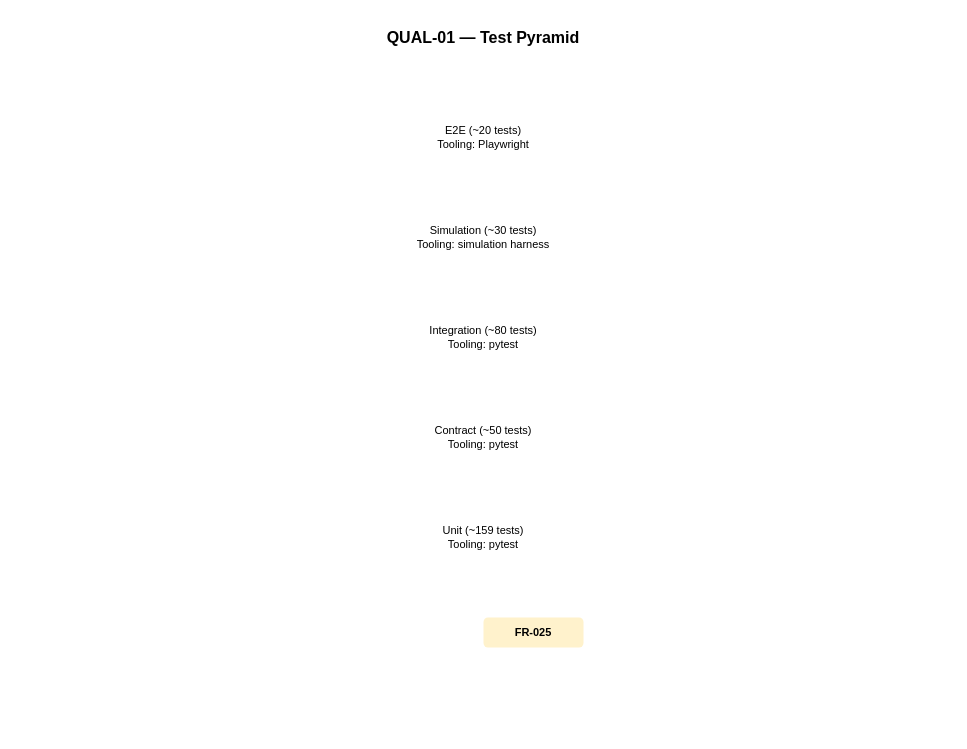
Above: docs/architecture/quality/test-pyramid.drawio in johnbilliris/ama (draw.io), before the change. Source tidied: cells renumbered, new cells numbered last; positions are measured from the earlier drawing's top-left corner, leaving out a move shared by most shapes. Both pictures are drawn from the tidied source at 100%, with x=0, y=0 at pixel (33, 17).
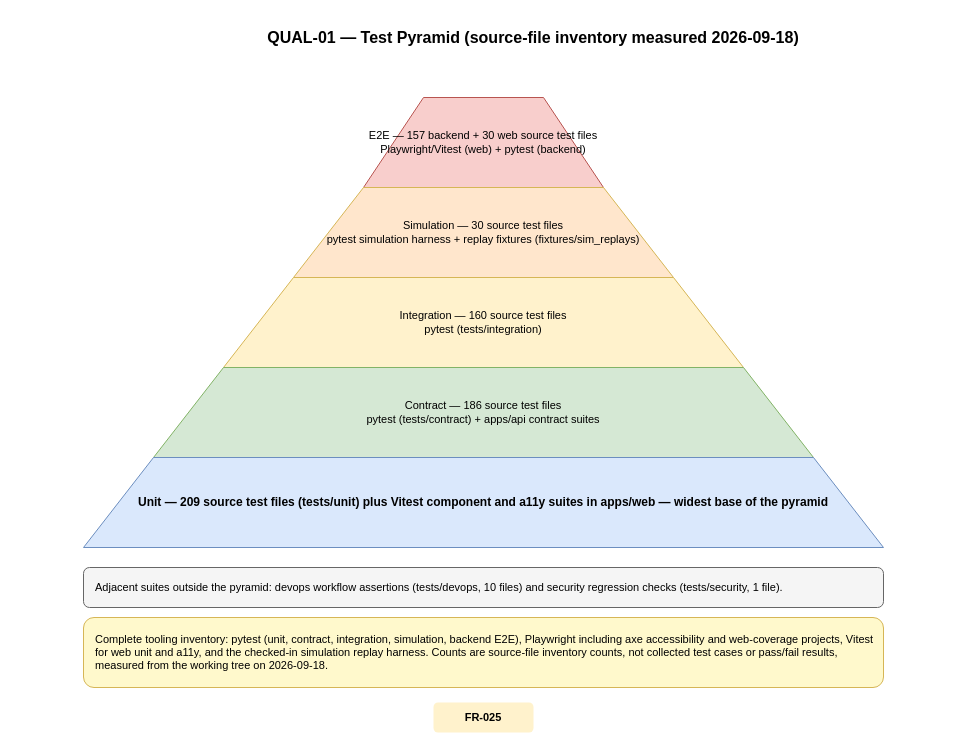
The same page after the edit.

Diff of the diagram source:
```diff
@@
 <mxGraphModel>
   <root>
     <mxCell id="0" />
     <mxCell id="1" parent="0" />
-    <mxCell id="2" value="QUAL-01 — Test Pyramid" style="text;html=1;strokeColor=none;fillColor=none;align=center;verticalAlign=middle;whiteSpace=wrap;rounded=0;fontSize=16;fontStyle=1;" parent="1" vertex="1">
-      <mxGeometry x="150" width="600" height="40" as="geometry" />
+    <mxCell id="2" value="QUAL-01 — Test Pyramid (source-file inventory measured 2026-09-18)" style="text;html=1;strokeColor=none;fillColor=none;align=center;verticalAlign=middle;whiteSpace=wrap;rounded=0;fontSize=16;fontStyle=1;" parent="1" vertex="1">
+      <mxGeometry x="150" width="700" height="40" as="geometry" />
     </mxCell>
-    <mxCell id="3" value="E2E (~20 tests)&#10;Tooling: Playwright" style="shape=mxgraph.lean_mapping.electronic_info_flow_edge;whiteSpace=wrap;html=1;fillColor=#f8cecc;strokeColor=#b85450;fontSize=11;" parent="1" vertex="1">
-      <mxGeometry x="350" y="80" width="200" height="80" as="geometry" />
+    <mxCell id="3" value="E2E — 157 backend + 30 web source test files&#10;Playwright/Vitest (web) + pytest (backend)" style="shape=trapezoid;perimeter=trapezoidPerimeter;whiteSpace=wrap;html=1;fixedSize=1;size=60;fillColor=#f8cecc;strokeColor=#b85450;fontSize=11;verticalAlign=middle;" parent="1" vertex="1">
+      <mxGeometry x="330" y="80" width="240" height="90" as="geometry" />
     </mxCell>
-    <mxCell id="4" value="Simulation (~30 tests)&#10;Tooling: simulation harness" style="shape=mxgraph.lean_mapping.electronic_info_flow_edge;whiteSpace=wrap;html=1;fillColor=#ffe6cc;strokeColor=#d6b656;fontSize=11;" parent="1" vertex="1">
-      <mxGeometry x="270" y="180" width="360" height="80" as="geometry" />
+    <mxCell id="4" value="Simulation — 30 source test files&#10;pytest simulation harness + replay fixtures (fixtures/sim_replays)" style="shape=trapezoid;perimeter=trapezoidPerimeter;whiteSpace=wrap;html=1;fixedSize=1;size=70;fillColor=#ffe6cc;strokeColor=#d6b656;fontSize=11;verticalAlign=middle;" parent="1" vertex="1">
+      <mxGeometry x="260" y="170" width="380" height="90" as="geometry" />
     </mxCell>
-    <mxCell id="5" value="Integration (~80 tests)&#10;Tooling: pytest" style="shape=mxgraph.lean_mapping.electronic_info_flow_edge;whiteSpace=wrap;html=1;fillColor=#fff2cc;strokeColor=#d6b656;fontSize=11;" parent="1" vertex="1">
-      <mxGeometry x="180" y="280" width="540" height="80" as="geometry" />
+    <mxCell id="5" value="Integration — 160 source test files&#10;pytest (tests/integration)" style="shape=trapezoid;perimeter=trapezoidPerimeter;whiteSpace=wrap;html=1;fixedSize=1;size=70;fillColor=#fff2cc;strokeColor=#d6b656;fontSize=11;verticalAlign=middle;" parent="1" vertex="1">
+      <mxGeometry x="190" y="260" width="520" height="90" as="geometry" />
     </mxCell>
-    <mxCell id="6" value="Contract (~50 tests)&#10;Tooling: pytest" style="shape=mxgraph.lean_mapping.electronic_info_flow_edge;whiteSpace=wrap;html=1;fillColor=#d5e8d4;strokeColor=#82b366;fontSize=11;" parent="1" vertex="1">
-      <mxGeometry x="90" y="380" width="720" height="80" as="geometry" />
+    <mxCell id="6" value="Contract — 186 source test files&#10;pytest (tests/contract) + apps/api contract suites" style="shape=trapezoid;perimeter=trapezoidPerimeter;whiteSpace=wrap;html=1;fixedSize=1;size=70;fillColor=#d5e8d4;strokeColor=#82b366;fontSize=11;verticalAlign=middle;" parent="1" vertex="1">
+      <mxGeometry x="120" y="350" width="660" height="90" as="geometry" />
     </mxCell>
-    <mxCell id="7" value="Unit (~159 tests)&#10;Tooling: pytest" style="shape=mxgraph.lean_mapping.electronic_info_flow_edge;whiteSpace=wrap;html=1;fillColor=#dae8fc;strokeColor=#6c8ebf;fontSize=11;" parent="1" vertex="1">
-      <mxGeometry y="480" width="900" height="80" as="geometry" />
+    <mxCell id="7" value="Unit — 209 source test files (tests/unit) plus Vitest component and a11y suites in apps/web — widest base of the pyramid" style="shape=trapezoid;perimeter=trapezoidPerimeter;whiteSpace=wrap;html=1;fixedSize=1;size=70;fillColor=#dae8fc;strokeColor=#6c8ebf;fontSize=12;fontStyle=1;verticalAlign=middle;" parent="1" vertex="1">
+      <mxGeometry x="50" y="440" width="800" height="90" as="geometry" />
     </mxCell>
+    <mxCell id="9" value="Adjacent suites outside the pyramid: devops workflow assertions (tests/devops, 10 files) and security regression checks (tests/security, 1 file)." style="rounded=1;whiteSpace=wrap;html=1;fillColor=#f5f5f5;strokeColor=#666666;fontSize=11;align=left;spacingLeft=10;" parent="1" vertex="1">
+      <mxGeometry x="50" y="550" width="800" height="40" as="geometry" />
+    </mxCell>
+    <mxCell id="10" value="Complete tooling inventory: pytest (unit, contract, integration, simulation, backend E2E), Playwright including axe accessibility and web-coverage projects, Vitest for web unit and a11y, and the checked-in simulation replay harness. Counts are source-file inventory counts, not collected test cases or pass/fail results, measured from the working tree on 2026-09-18." style="rounded=1;whiteSpace=wrap;html=1;fillColor=#fff9cc;strokeColor=#d6b656;fontSize=11;align=left;spacingLeft=10;" parent="1" vertex="1">
+      <mxGeometry x="50" y="600" width="800" height="70" as="geometry" />
+    </mxCell>
     <mxCell id="8" value="FR-025" style="text;html=1;strokeColor=none;fillColor=#fff2cc;align=center;verticalAlign=middle;whiteSpace=wrap;rounded=1;fontSize=11;fontStyle=1;" parent="1" vertex="1">
-      <mxGeometry x="450" y="600" width="100" height="30" as="geometry" />
+      <mxGeometry x="400" y="685" width="100" height="30" as="geometry" />
     </mxCell>
   </root>
 </mxGraphModel>
```
